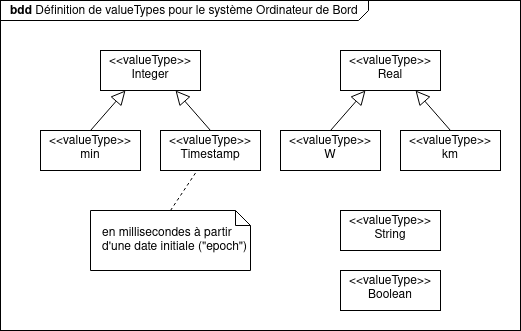
This is diagrammes/bdd_value_types.png from Dalker/ISI-mobility, a draw.io export, as it was before one commit. Source tidied: cells renumbered, new cells last; positions are measured from the earlier drawing's top-left corner, leaving out a move shared by most shapes.
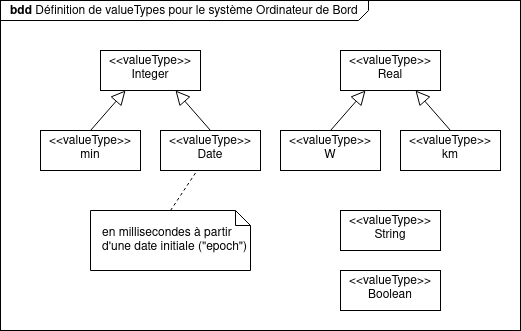
The same file after the commit.

Change to the diagram source:
```diff
@@ -35,7 +35,7 @@
     <mxCell id="12" style="edgeStyle=none;html=1;endSize=12;endArrow=block;endFill=0;entryX=0.75;entryY=1;entryDx=0;entryDy=0;exitX=0.5;exitY=0;exitDx=0;exitDy=0;" parent="1" edge="1" source="11" target="4">
       <mxGeometry relative="1" as="geometry" />
     </mxCell>
-    <mxCell id="13" value="&lt;p style=&quot;margin: 0px ; margin-top: 4px ; text-align: center&quot;&gt;&amp;lt;&amp;lt;valueType&amp;gt;&amp;gt;&lt;br&gt;Timestamp&lt;br&gt;&lt;/p&gt;" style="shape=rect;html=1;overflow=fill;whiteSpace=wrap;" parent="1" vertex="1">
+    <mxCell id="13" value="&lt;p style=&quot;margin: 0px ; margin-top: 4px ; text-align: center&quot;&gt;&amp;lt;&amp;lt;valueType&amp;gt;&amp;gt;&lt;br&gt;Date&lt;br&gt;&lt;/p&gt;" style="shape=rect;html=1;overflow=fill;whiteSpace=wrap;" parent="1" vertex="1">
       <mxGeometry x="160" y="130" width="100" height="40" as="geometry" />
     </mxCell>
     <mxCell id="14" style="edgeStyle=none;html=1;endSize=12;endArrow=block;endFill=0;entryX=0.75;entryY=1;entryDx=0;entryDy=0;exitX=0.5;exitY=0;exitDx=0;exitDy=0;" parent="1" edge="1" source="13" target="3">
```
